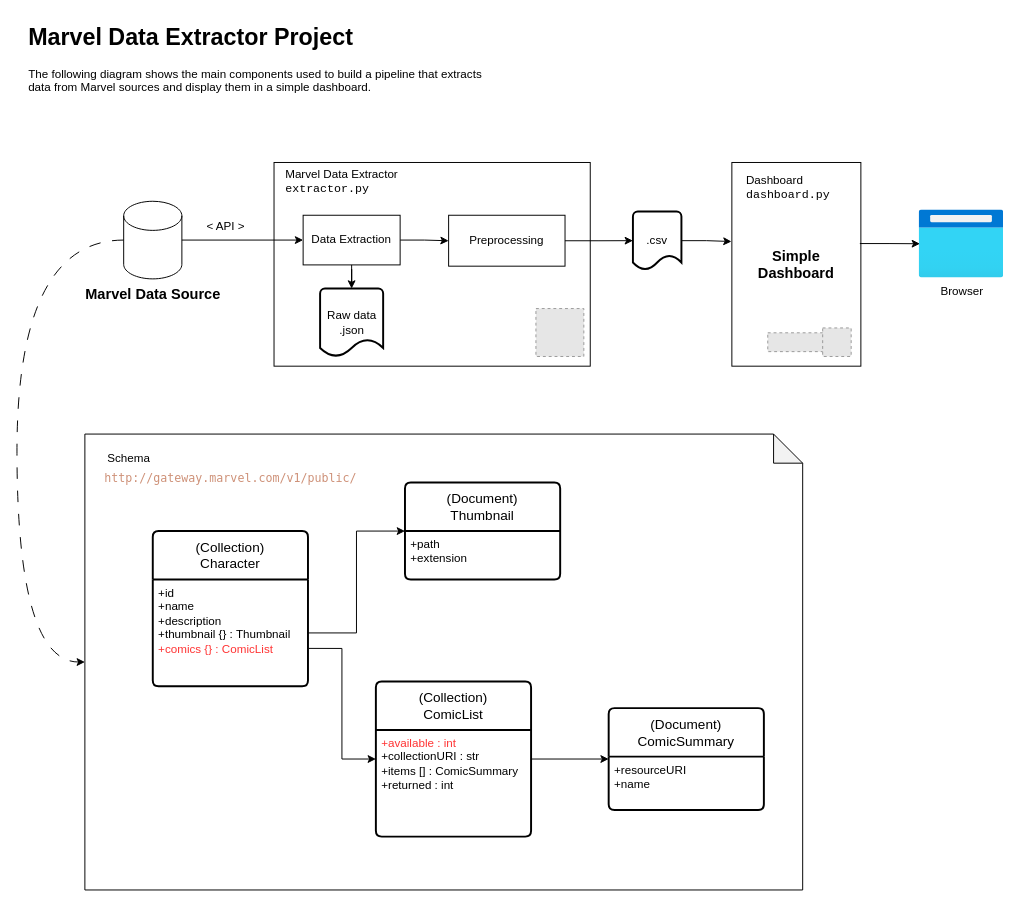
ezequielscott/MarvelProject keeps this draw.io diagram as page "Page-2" (1 of 2) of docs/MarvelProject.drawio. Above is the earlier version. Source tidied: cells renumbered, new cells numbered last; positions are measured from the earlier drawing's top-left corner, leaving out a move shared by most shapes. Both pictures are drawn from the tidied source at 97%, with x=0, y=0 at pixel (16, 16). Pictures stored in the file or linked from it are replaced by grey dashed boxes.
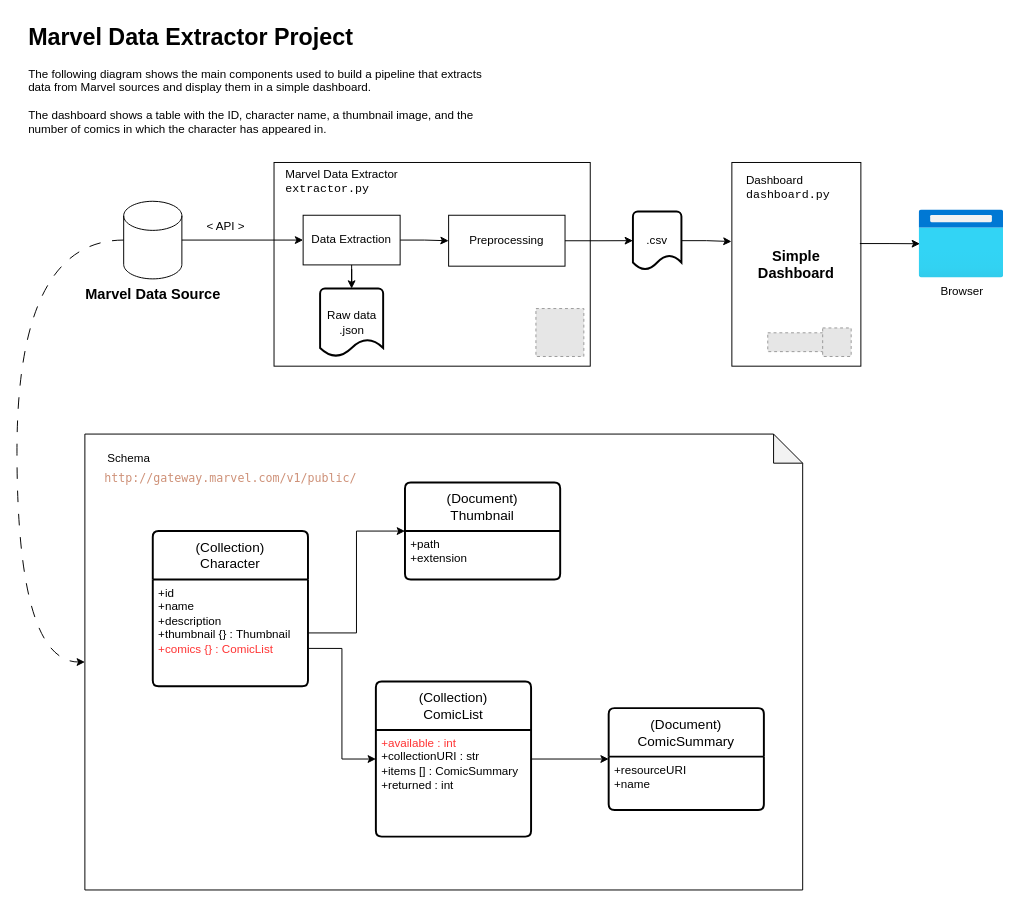
Above is the later version.

What changed in the source:
```diff
@@
-    <mxCell id="39" value="&lt;h1 style=&quot;margin-top: 0px;&quot;&gt;Marvel Data Extractor Project&lt;/h1&gt;&lt;div&gt;The following diagram shows the main components used to build a pipeline that extracts data from Marvel sources and display them in a simple dashboard.&lt;/div&gt;" style="text;html=1;whiteSpace=wrap;overflow=hidden;rounded=0;" parent="1" vertex="1">
-      <mxGeometry x="10" width="470" height="120" as="geometry" />
+    <mxCell id="39" value="&lt;h1 style=&quot;margin-top: 0px;&quot;&gt;Marvel Data Extractor Project&lt;/h1&gt;&lt;div&gt;The following diagram shows the main components used to build a pipeline that extracts data from Marvel sources and display them in a simple dashboard.&lt;/div&gt;&lt;div&gt;&lt;br&gt;&lt;/div&gt;&lt;div&gt;The dashboard shows a table with the ID, character name, a thumbnail image, and the number of comics in which the character has appeared in.&lt;/div&gt;" style="text;html=1;whiteSpace=wrap;overflow=hidden;rounded=0;" parent="1" vertex="1">
+      <mxGeometry x="10" width="470" height="130" as="geometry" />
     </mxCell>
```
